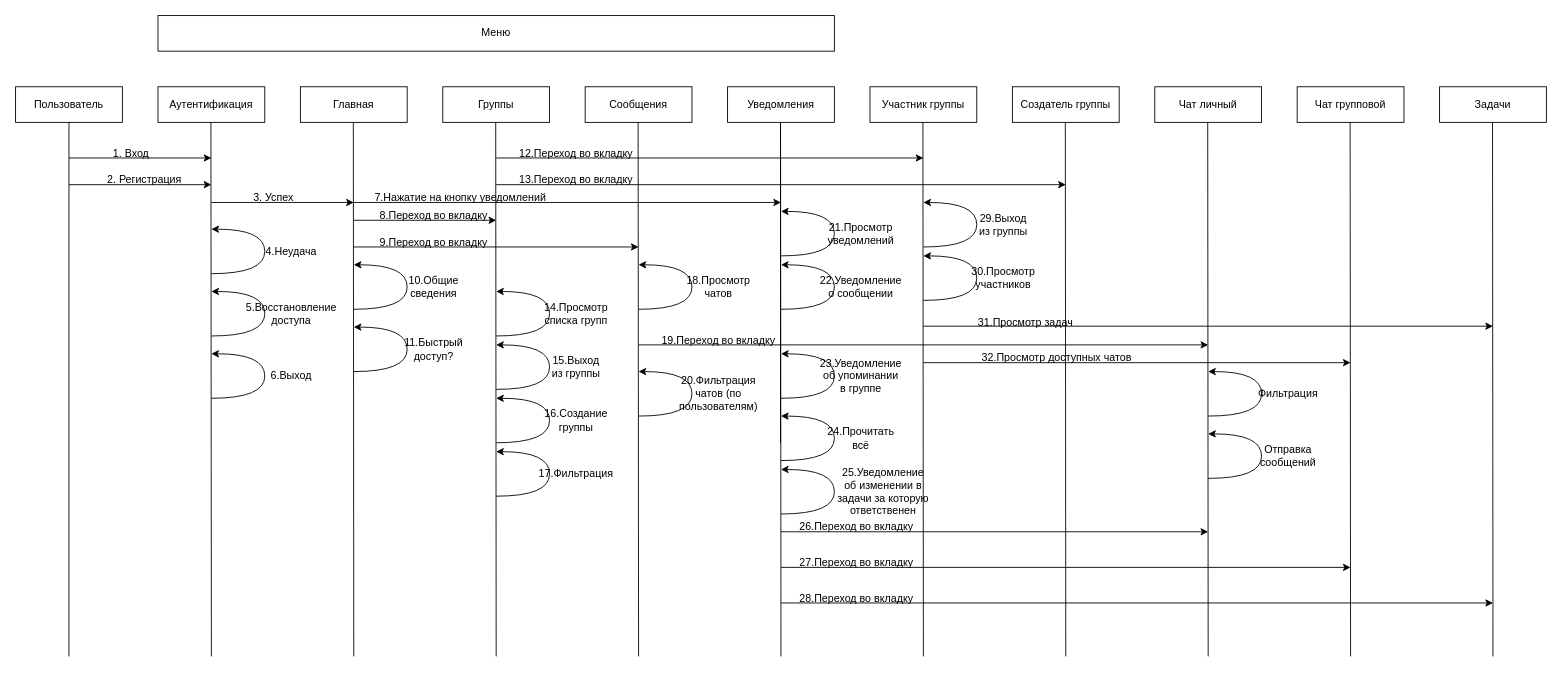
The draw.io diagram Не программные файлы/Диаграмма последовательности.drawio in Sadaly/StudyTaskManager_Coursework, before the edit. Source tidied: cells renumbered, new cells numbered last; positions are measured from the earlier drawing's top-left corner, leaving out a move shared by most shapes. Both pictures are drawn from the tidied source at 89%, with x=0, y=0 at pixel (15, 15).
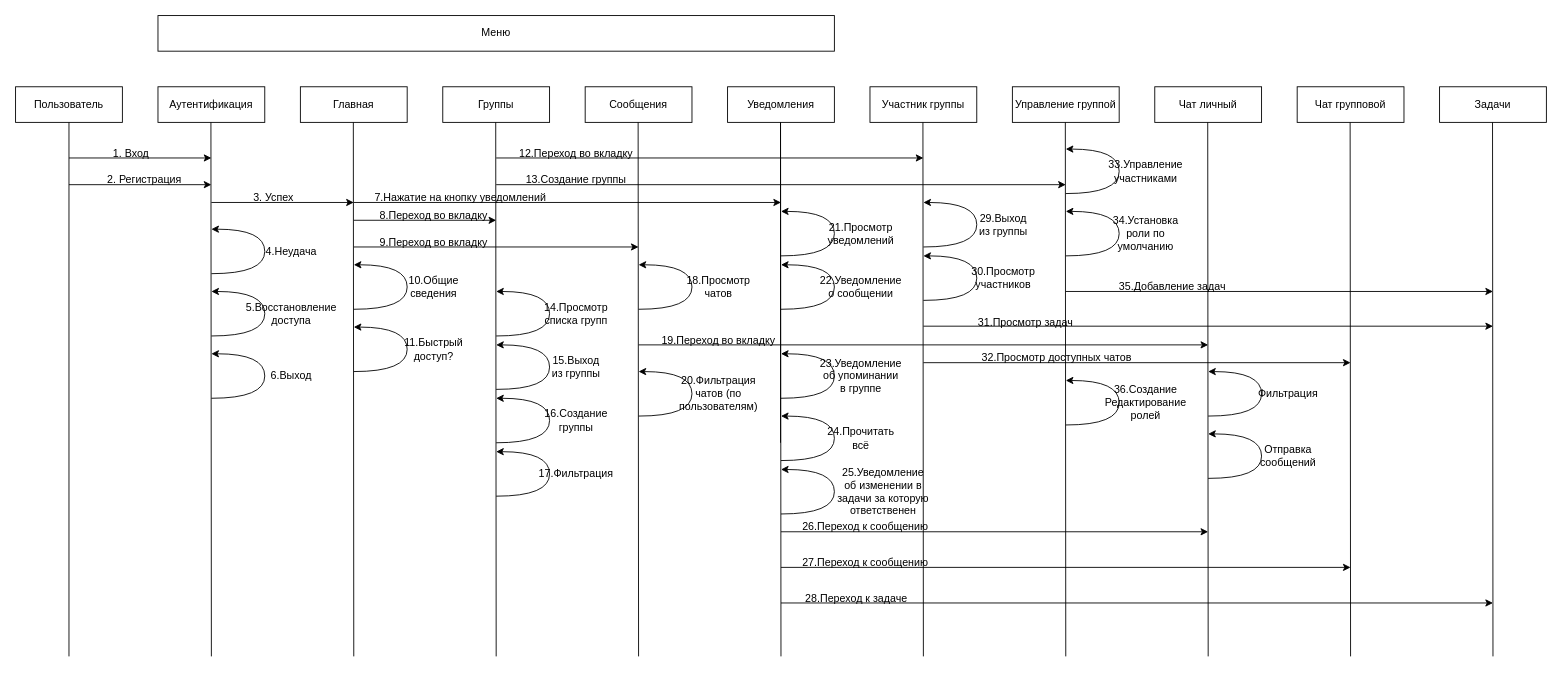
After the change.

The edit, as a diff of the source:
```diff
@@
-    <mxCell id="30" value="Создатель группы" style="rounded=0;whiteSpace=wrap;html=1;" parent="1" vertex="1">
+    <mxCell id="30" value="Управление группой" style="rounded=0;whiteSpace=wrap;html=1;" parent="1" vertex="1">
       <mxGeometry x="1120" y="80" width="120" height="40" as="geometry" />
     </mxCell>
@@
-    <mxCell id="38" value="13.Переход во вкладку" style="text;html=1;align=center;verticalAlign=middle;whiteSpace=wrap;rounded=0;" parent="1" vertex="1">
+    <mxCell id="38" value="13.Создание группы" style="text;html=1;align=center;verticalAlign=middle;whiteSpace=wrap;rounded=0;" parent="1" vertex="1">
       <mxGeometry x="560" y="170" width="140" height="30" as="geometry" />
     </mxCell>
@@
-    <mxCell id="79" value="26.Переход во вкладку" style="text;html=1;align=center;verticalAlign=middle;whiteSpace=wrap;rounded=0;" parent="1" vertex="1">
-      <mxGeometry x="880" y="560" width="130" height="30" as="geometry" />
+    <mxCell id="79" value="26.Переход к сообщению" style="text;html=1;align=center;verticalAlign=middle;whiteSpace=wrap;rounded=0;" parent="1" vertex="1">
+      <mxGeometry x="880" y="560" width="150" height="30" as="geometry" />
     </mxCell>
@@
-    <mxCell id="85" value="27.Переход во вкладку" style="text;html=1;align=center;verticalAlign=middle;whiteSpace=wrap;rounded=0;" parent="1" vertex="1">
-      <mxGeometry x="880" y="600" width="130" height="30" as="geometry" />
+    <mxCell id="85" value="27.Переход к сообщению" style="text;html=1;align=center;verticalAlign=middle;whiteSpace=wrap;rounded=0;" parent="1" vertex="1">
+      <mxGeometry x="880" y="600" width="150" height="30" as="geometry" />
     </mxCell>
@@
-    <mxCell id="89" value="28.Переход во вкладку" style="text;html=1;align=center;verticalAlign=middle;whiteSpace=wrap;rounded=0;" parent="1" vertex="1">
+    <mxCell id="89" value="28.Переход к задаче" style="text;html=1;align=center;verticalAlign=middle;whiteSpace=wrap;rounded=0;" parent="1" vertex="1">
       <mxGeometry x="880" y="640" width="130" height="30" as="geometry" />
     </mxCell>
@@
+    <mxCell id="94" style="curved=1;endArrow=classic;html=1;rounded=0;" parent="1" edge="1">
+      <mxGeometry relative="1" as="geometry">
+        <mxPoint x="1180" y="200" as="sourcePoint" />
+        <mxPoint x="1180" y="150" as="targetPoint" />
+        <Array as="points">
+          <mxPoint x="1240" y="200" />
+          <mxPoint x="1240" y="150" />
+          <mxPoint x="1180" y="150" />
+        </Array>
+      </mxGeometry>
+    </mxCell>
+    <mxCell id="95" value="33.Управление участниками" style="text;html=1;align=center;verticalAlign=middle;whiteSpace=wrap;rounded=0;" parent="1" vertex="1">
+      <mxGeometry x="1240" y="160" width="60" height="30" as="geometry" />
+    </mxCell>
+    <mxCell id="96" style="curved=1;endArrow=classic;html=1;rounded=0;" parent="1" edge="1">
+      <mxGeometry relative="1" as="geometry">
+        <mxPoint x="1180" y="270" as="sourcePoint" />
+        <mxPoint x="1180" y="220" as="targetPoint" />
+        <Array as="points">
+          <mxPoint x="1240" y="270" />
+          <mxPoint x="1240" y="220" />
+          <mxPoint x="1180" y="220" />
+        </Array>
+      </mxGeometry>
+    </mxCell>
+    <mxCell id="97" value="34.Установка роли по умолчанию" style="text;html=1;align=center;verticalAlign=middle;whiteSpace=wrap;rounded=0;" parent="1" vertex="1">
+      <mxGeometry x="1240" y="230" width="60" height="30" as="geometry" />
+    </mxCell>
+    <mxCell id="98" value="35.Добавление задач" style="text;html=1;align=center;verticalAlign=middle;whiteSpace=wrap;rounded=0;" parent="1" vertex="1">
+      <mxGeometry x="1200" y="290" width="200" height="30" as="geometry" />
+    </mxCell>
+    <mxCell id="99" style="endArrow=classic;html=1;rounded=0;" parent="1" edge="1">
+      <mxGeometry relative="1" as="geometry">
+        <mxPoint x="1180" y="310" as="sourcePoint" />
+        <mxPoint x="1660" y="310" as="targetPoint" />
+      </mxGeometry>
+    </mxCell>
+    <mxCell id="100" style="curved=1;endArrow=classic;html=1;rounded=0;" parent="1" edge="1">
+      <mxGeometry relative="1" as="geometry">
+        <mxPoint x="1180" y="460" as="sourcePoint" />
+        <mxPoint x="1180" y="410" as="targetPoint" />
+        <Array as="points">
+          <mxPoint x="1240" y="460" />
+          <mxPoint x="1240" y="410" />
+          <mxPoint x="1180" y="410" />
+        </Array>
+      </mxGeometry>
+    </mxCell>
+    <mxCell id="101" value="36.Создание Редактирование ролей" style="text;html=1;align=center;verticalAlign=middle;whiteSpace=wrap;rounded=0;" parent="1" vertex="1">
+      <mxGeometry x="1240" y="420" width="60" height="30" as="geometry" />
+    </mxCell>
```
